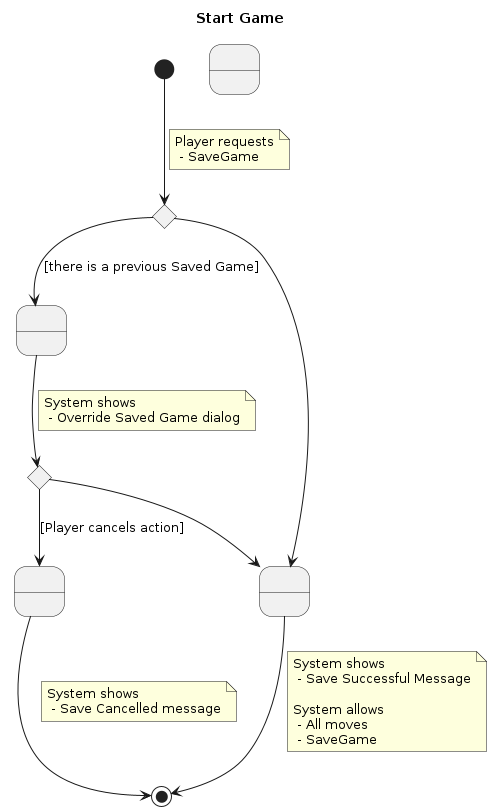
This is 02-requisitos/specifications/SaveGame.png from marinasayols/MDWP1RUP-Klondike, a PlantUML export, as it was before one commit.
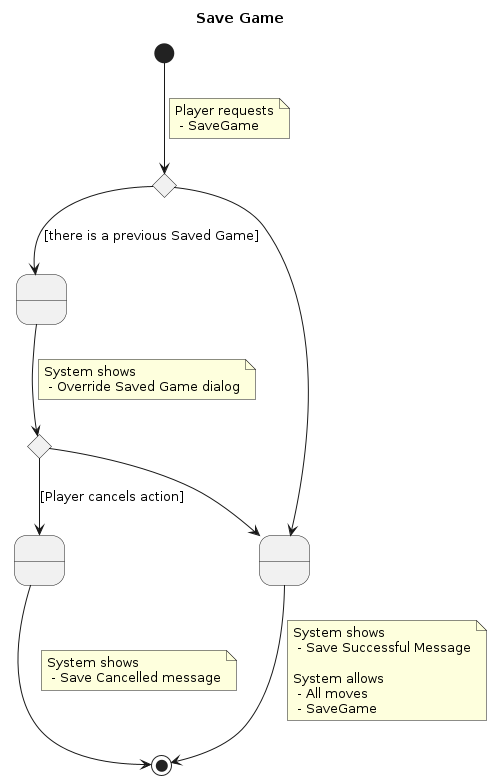
Above is the later version.

What changed in the source:
```diff
@@ -1,8 +1,7 @@
 @startuml
-title Start Game
+title Save Game
 
 state " " as s1
-state " " as s2
 state " " as s3
 state " " as s4
 state c1 <<choice>>
```
